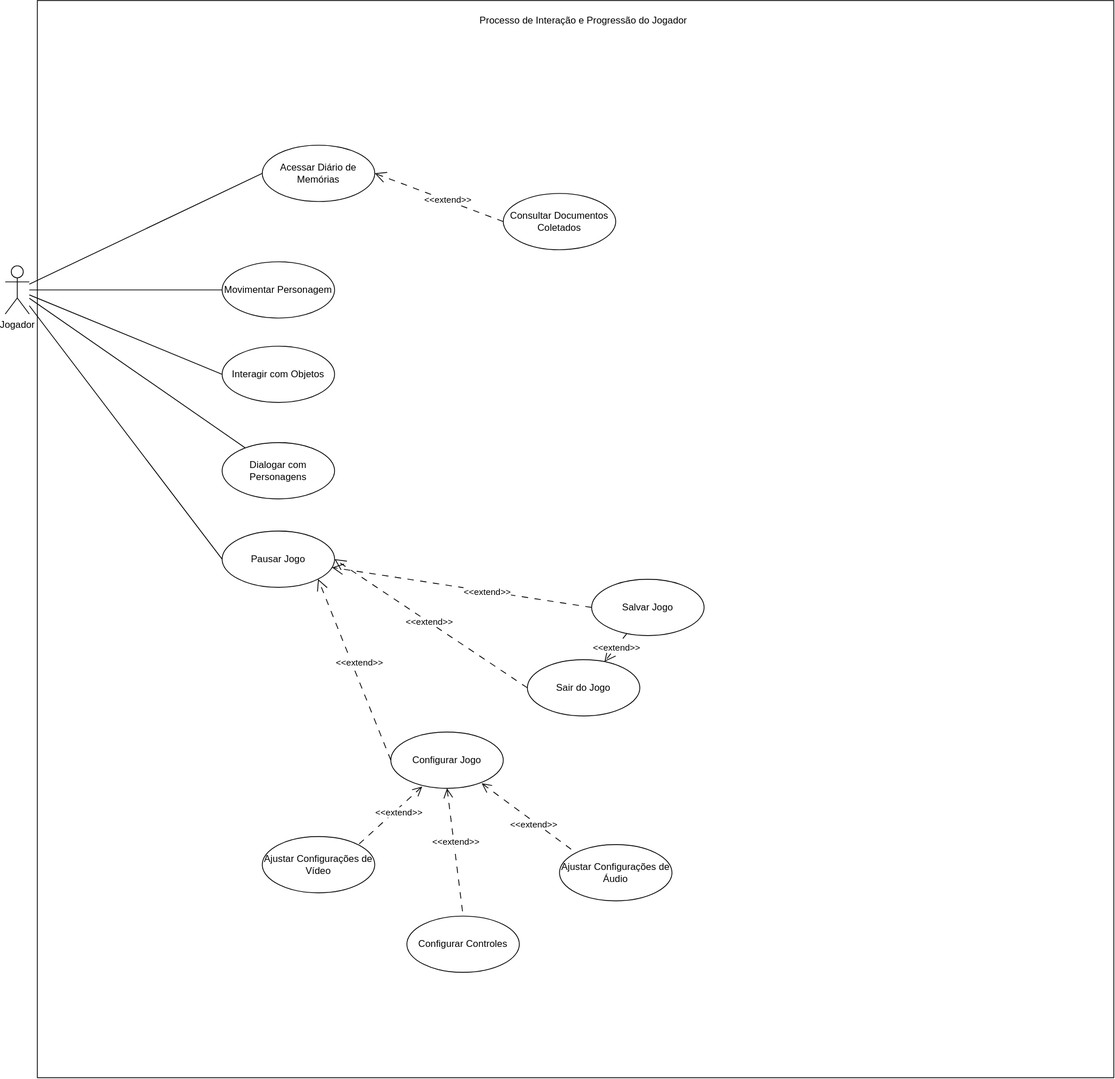
Above: docs/casos-de-uso/caso-de-uso.drawio.svg in omatheusfaria/Ani (draw.io), before the change. Source tidied: cells renumbered, new cells last; positions are measured from the earlier drawing's top-left corner, leaving out a move shared by most shapes.
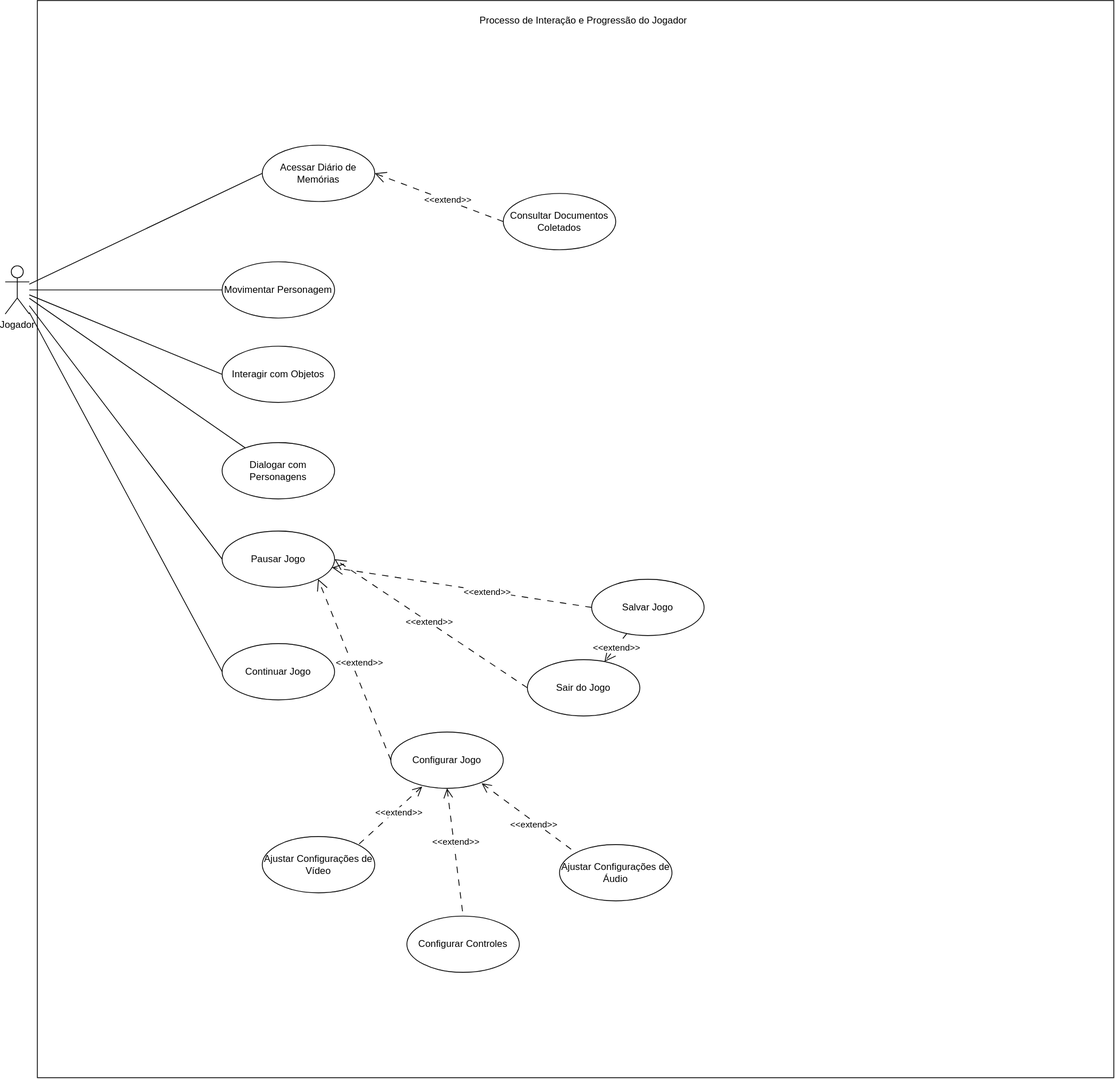
After the change.

Commit message:
Reexporta no draw.io os SVGs de casos de uso e do DER

Change to the diagram source:
```diff
@@ -114,5 +114,11 @@
     <mxCell id="37" value="Processo de Interação e Progressão do Jogador" style="text;html=1;whiteSpace=wrap;strokeColor=none;fillColor=none;align=center;verticalAlign=middle;rounded=0;" parent="1" vertex="1">
       <mxGeometry x="505" y="10" width="430" height="30" as="geometry" />
     </mxCell>
+    <mxCell id="38" value="Continuar Jogo" style="ellipse;whiteSpace=wrap;html=1;" parent="1" vertex="1">
+      <mxGeometry x="270" y="800" width="140" height="70" as="geometry" />
+    </mxCell>
+    <mxCell id="39" style="rounded=0;jettySize=auto;html=1;entryX=0;entryY=0.5;entryDx=0;entryDy=0;endArrow=none;endFill=0;" parent="1" edge="1" source="7" target="38">
+      <mxGeometry relative="1" as="geometry" />
+    </mxCell>
   </root>
 </mxGraphModel>
```
